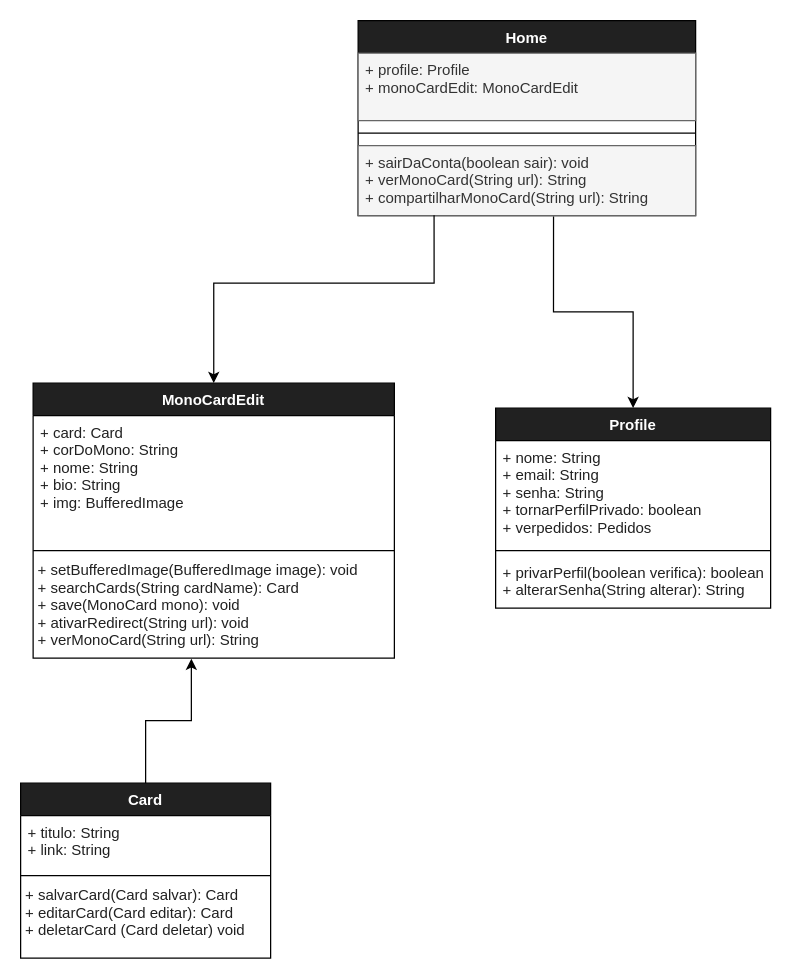
This is Untitled Diagram.drawio from K4L1B3/cartaoNFC, a draw.io file, before an edit. Source tidied: cells renumbered, new cells numbered last; positions are measured from the earlier drawing's top-left corner, leaving out a move shared by most shapes. Both pictures are drawn from the tidied source at 125%, with x=0, y=0 at pixel (-42, 20).
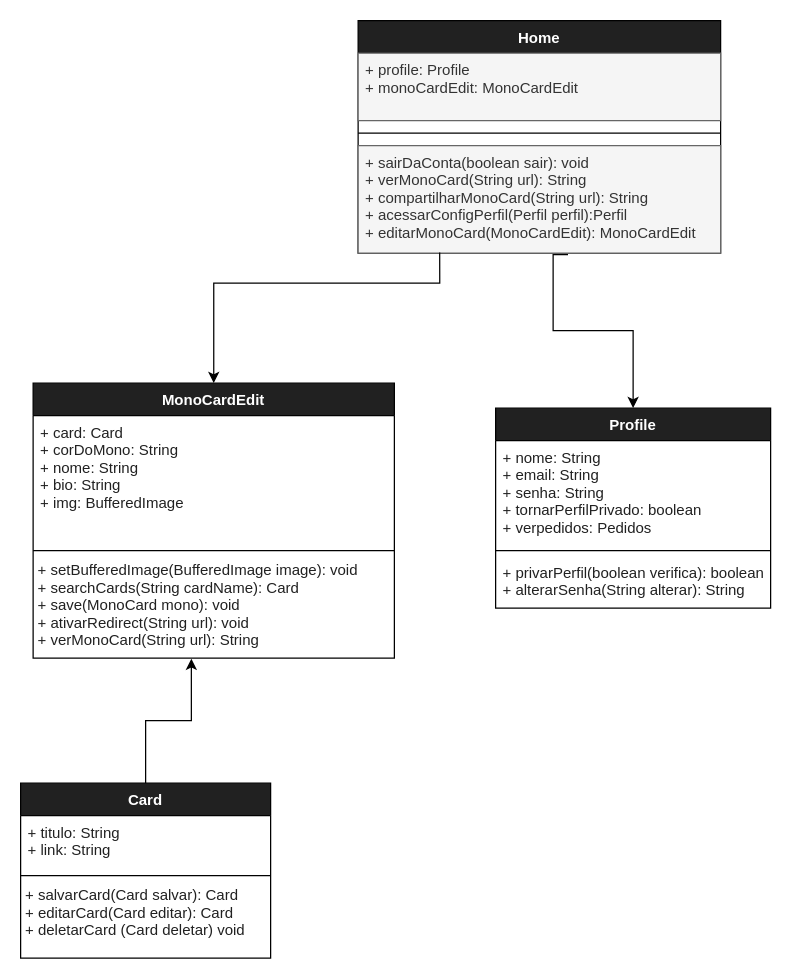
The same page after the edit.

Commit message:
Atualizando a calsse home do UML: Foram adicionados mais dois metodos um para editar o MonoCard e outro para acessar as configurações de perfil

The change refers to these unchanged cells:
```xml
<mxCell id="6" value="Profile" style="swimlane;fontStyle=1;align=center;verticalAlign=top;horizontal=1;startSize=26;fontColor=#FFFFFF;fillColor=#212121;" parent="1" vertex="1">
  <mxGeometry x="430" y="310" width="220" height="160" as="geometry" />
</mxCell>
```

Diff of the diagram source:
```diff
@@
     <mxCell id="2" value="Home" style="swimlane;fontStyle=1;align=center;verticalAlign=top;horizontal=1;startSize=26;fontColor=#FFFFFF;fillColor=#212121;" parent="1" vertex="1">
-      <mxGeometry x="320" width="270" height="156" as="geometry" />
+      <mxGeometry x="320" width="290" height="186" as="geometry" />
     </mxCell>
     <mxCell id="3" value="+ profile: Profile&#10;+ monoCardEdit: MonoCardEdit&#10;&#10;" style="text;align=left;verticalAlign=top;spacingLeft=4;spacingRight=4;overflow=hidden;fillColor=#f5f5f5;fontColor=#333333;strokeColor=#666666;" parent="2" vertex="1">
-      <mxGeometry y="26" width="270" height="54" as="geometry" />
+      <mxGeometry y="26" width="290" height="54" as="geometry" />
     </mxCell>
     <mxCell id="4" style="line;strokeWidth=1;fillColor=none;align=left;verticalAlign=middle;spacingTop=-1;spacingLeft=3;spacingRight=3;labelPosition=right;fontColor=#FFFFFF;" parent="2" vertex="1">
-      <mxGeometry y="80" width="270" height="20" as="geometry" />
+      <mxGeometry y="80" width="290" height="20" as="geometry" />
     </mxCell>
-    <mxCell id="5" value="+ sairDaConta(boolean sair): void&#10;+ verMonoCard(String url): String&#10;+ compartilharMonoCard(String url): String&#10;&#10;" style="text;strokeColor=#666666;fillColor=#f5f5f5;align=left;verticalAlign=top;spacingLeft=4;spacingRight=4;overflow=hidden;points=[[0,0.5],[1,0.5]];portConstraint=eastwest;fontColor=#333333;" parent="2" vertex="1">
-      <mxGeometry y="100" width="270" height="56" as="geometry" />
+    <mxCell id="5" value="+ sairDaConta(boolean sair): void&#10;+ verMonoCard(String url): String&#10;+ compartilharMonoCard(String url): String&#10;+ acessarConfigPerfil(Perfil perfil):Perfil&#10;+ editarMonoCard(MonoCardEdit): MonoCardEdit&#10;" style="text;strokeColor=#666666;fillColor=#f5f5f5;align=left;verticalAlign=top;spacingLeft=4;spacingRight=4;overflow=hidden;points=[[0,0.5],[1,0.5]];portConstraint=eastwest;fontColor=#333333;" parent="2" vertex="1">
+      <mxGeometry y="100" width="290" height="86" as="geometry" />
     </mxCell>
@@
     <mxCell id="20" style="edgeStyle=orthogonalEdgeStyle;rounded=0;jettySize=auto;html=1;fontColor=#212121;exitX=0.579;exitY=1.014;exitDx=0;exitDy=0;exitPerimeter=0;" parent="1" edge="1" source="5" target="6">
-      <mxGeometry relative="1" as="geometry" />
+      <mxGeometry relative="1" as="geometry">
+        <Array as="points">
+          <mxPoint x="476" y="248" />
+          <mxPoint x="540" y="248" />
+        </Array>
+      </mxGeometry>
     </mxCell>
```
